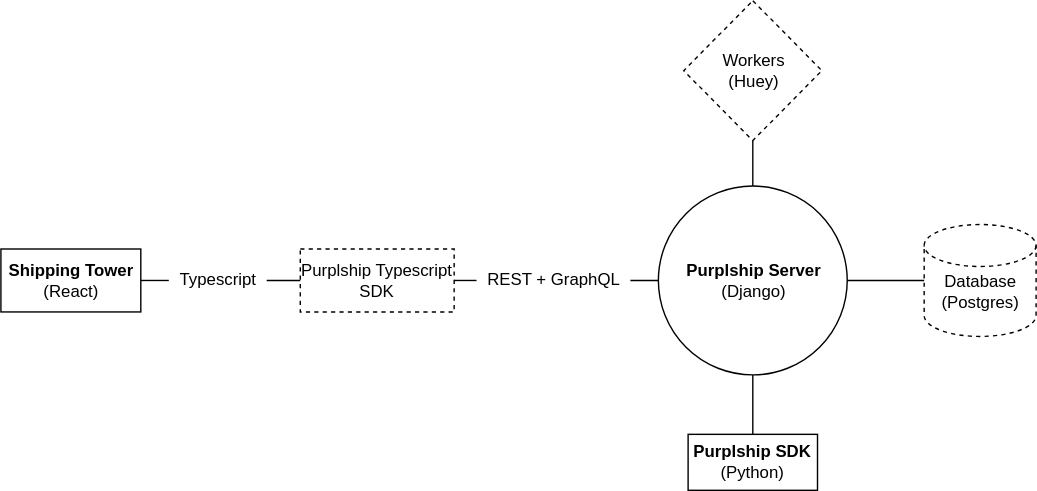
This is docs/images/purplship-server-architecture.svg from karrioapi/karrio, a draw.io export, as it was before one commit. Source tidied: cells renumbered, new cells last; positions are measured from the earlier drawing's top-left corner, leaving out a move shared by most shapes.
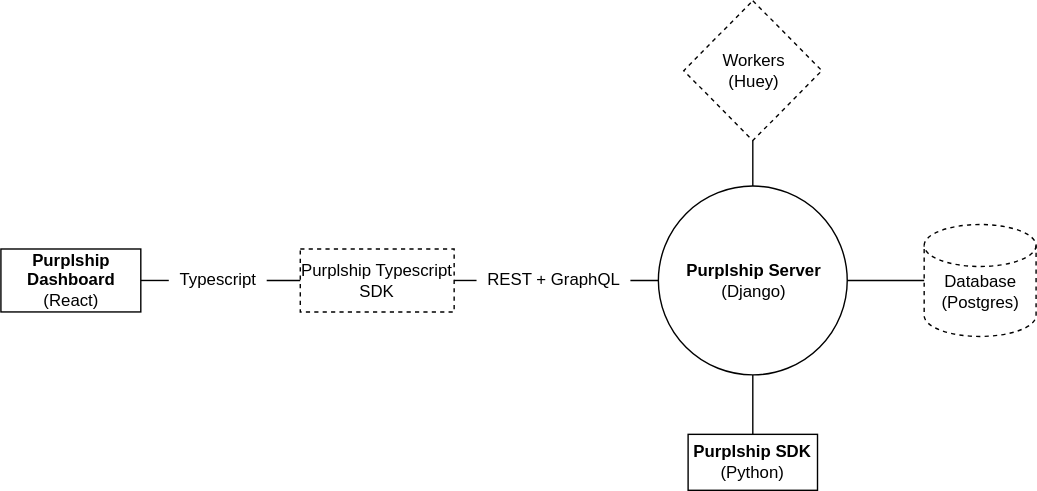
The same file after the commit.

The edit, as a diff of the source:
```diff
@@ -32,8 +32,8 @@
     <mxCell id="11" style="rounded=0;whiteSpace=wrap;html=1;" parent="1" vertex="1">
       <mxGeometry y="177.5" width="100" height="45" as="geometry" />
     </mxCell>
-    <mxCell id="12" value="&lt;b&gt;Shipping Tower&lt;/b&gt;&lt;br&gt;(React)" style="text;html=1;align=center;verticalAlign=middle;fillColor=none;strokeColor=none;rounded=0;" parent="1" vertex="1">
-      <mxGeometry y="185" width="100" height="30" as="geometry" />
+    <mxCell id="12" value="&lt;b&gt;Purplship &lt;br&gt;Dashboard&lt;/b&gt;&lt;br&gt;(React)" style="text;html=1;align=center;verticalAlign=middle;fillColor=none;strokeColor=none;rounded=0;" parent="1" vertex="1">
+      <mxGeometry x="10" y="175" width="80" height="50" as="geometry" />
     </mxCell>
     <mxCell id="13" style="endArrow=none;html=1;entryX=1;entryY=0.5;entryDx=0;entryDy=0;exitX=0;exitY=0.5;exitDx=0;exitDy=0;startArrow=none;" parent="1" edge="1" source="14" target="11">
       <mxGeometry relative="1" as="geometry" />
```
